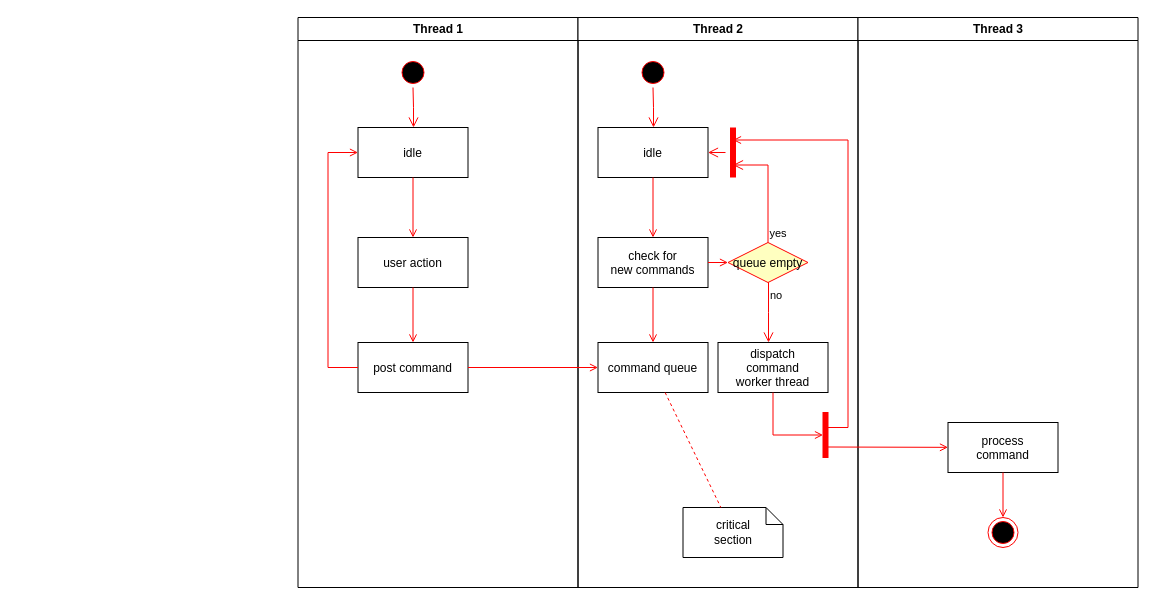
This is UML.drawio from polynabezrukhih/Recommendation-system, a draw.io file, before an edit. Source tidied: cells renumbered, new cells numbered last; positions are measured from the earlier drawing's top-left corner, leaving out a move shared by most shapes. Both pictures are drawn from the tidied source at 100%, with x=0, y=0 at pixel (297, 17).
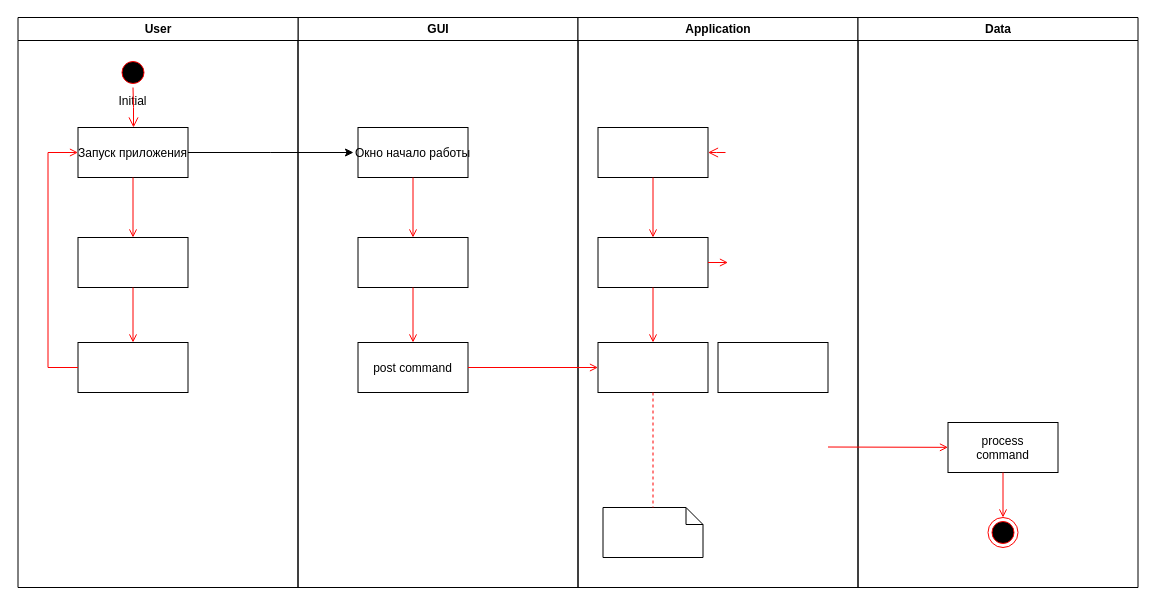
Above is the later version.

Unchanged cells that the change refers to:
```xml
<mxCell id="8" value="post command" parent="2" vertex="1">
  <mxGeometry x="60" y="325" width="110" height="50" as="geometry" />
</mxCell>
```

What changed in the source:
```diff
@@
-    <mxCell id="2" value="Thread 1" style="swimlane;whiteSpace=wrap;" parent="1" vertex="1">
+    <mxCell id="2" value="GUI" style="swimlane;whiteSpace=wrap;" parent="1" vertex="1">
       <mxGeometry x="0.5" width="280" height="570" as="geometry" />
     </mxCell>
-    <mxCell id="3" style="ellipse;shape=startState;fillColor=#000000;strokeColor=#ff0000;" parent="2" vertex="1">
-      <mxGeometry x="100" y="40" width="30" height="30" as="geometry" />
-    </mxCell>
-    <mxCell id="4" style="edgeStyle=elbowEdgeStyle;elbow=horizontal;verticalAlign=bottom;endArrow=open;endSize=8;strokeColor=#FF0000;endFill=1;rounded=0;" parent="2" edge="1" source="3" target="5">
-      <mxGeometry x="100" y="40" as="geometry" />
-    </mxCell>
-    <mxCell id="5" value="idle" parent="2" vertex="1">
+    <mxCell id="5" value="Окно начало работы" parent="2" vertex="1">
       <mxGeometry x="60" y="110" width="110" height="50" as="geometry" />
     </mxCell>
-    <mxCell id="6" value="user action" parent="2" vertex="1">
+    <mxCell id="6" parent="2" vertex="1">
       <mxGeometry x="60" y="220" width="110" height="50" as="geometry" />
     </mxCell>
@@
-    <mxCell id="10" style="edgeStyle=elbowEdgeStyle;elbow=horizontal;strokeColor=#FF0000;endArrow=open;endFill=1;rounded=0;" parent="2" edge="1" source="8" target="5">
-      <mxGeometry relative="1" as="geometry">
-        <Array as="points">
-          <mxPoint x="30" y="250" />
-        </Array>
-      </mxGeometry>
-    </mxCell>
-    <mxCell id="11" value="Thread 2" style="swimlane;whiteSpace=wrap;" parent="1" vertex="1">
+    <mxCell id="11" value="Application" style="swimlane;whiteSpace=wrap;" parent="1" vertex="1">
       <mxGeometry x="280.5" width="280" height="570" as="geometry" />
     </mxCell>
-    <mxCell id="12" style="ellipse;shape=startState;fillColor=#000000;strokeColor=#ff0000;" parent="11" vertex="1">
-      <mxGeometry x="60" y="40" width="30" height="30" as="geometry" />
-    </mxCell>
-    <mxCell id="13" style="edgeStyle=elbowEdgeStyle;elbow=horizontal;verticalAlign=bottom;endArrow=open;endSize=8;strokeColor=#FF0000;endFill=1;rounded=0;" parent="11" edge="1" source="12" target="14">
-      <mxGeometry x="40" y="20" as="geometry" />
-    </mxCell>
-    <mxCell id="14" value="idle" parent="11" vertex="1">
+    <mxCell id="14" parent="11" vertex="1">
       <mxGeometry x="20" y="110" width="110" height="50" as="geometry" />
     </mxCell>
-    <mxCell id="15" value="check for &#10;new commands" parent="11" vertex="1">
+    <mxCell id="15" parent="11" vertex="1">
       <mxGeometry x="20" y="220" width="110" height="50" as="geometry" />
     </mxCell>
@@
-    <mxCell id="17" value="command queue" parent="11" vertex="1">
+    <mxCell id="17" parent="11" vertex="1">
       <mxGeometry x="20" y="325" width="110" height="50" as="geometry" />
     </mxCell>
@@
-    <mxCell id="19" value="queue empty" style="rhombus;fillColor=#ffffc0;strokeColor=#ff0000;" parent="11" vertex="1">
-      <mxGeometry x="150" y="225" width="80" height="40" as="geometry" />
-    </mxCell>
-    <mxCell id="20" value="yes" style="edgeStyle=elbowEdgeStyle;elbow=horizontal;align=left;verticalAlign=bottom;endArrow=open;endSize=8;strokeColor=#FF0000;exitX=0.5;exitY=0;endFill=1;rounded=0;entryX=0.75;entryY=0.5;entryPerimeter=0;" parent="11" edge="1" source="19" target="23">
-      <mxGeometry x="-1" relative="1" as="geometry">
-        <Array as="points">
-          <mxPoint x="190" y="180" />
-        </Array>
-      </mxGeometry>
-    </mxCell>
-    <mxCell id="21" value="no" style="edgeStyle=elbowEdgeStyle;elbow=horizontal;align=left;verticalAlign=top;endArrow=open;endSize=8;strokeColor=#FF0000;endFill=1;rounded=0;" parent="11" edge="1" source="19" target="25">
-      <mxGeometry x="-1" relative="1" as="geometry" />
-    </mxCell>
-    <mxCell id="22" style="endArrow=open;strokeColor=#FF0000;endFill=1;rounded=0;" parent="11" edge="1" source="15" target="19">
-      <mxGeometry relative="1" as="geometry" />
+    <mxCell id="22" style="endArrow=open;strokeColor=#FF0000;endFill=1;rounded=0;" parent="11" edge="1" source="15">
+      <mxGeometry relative="1" as="geometry">
+        <mxPoint x="150" y="245" as="targetPoint" />
+      </mxGeometry>
     </mxCell>
-    <mxCell id="23" style="shape=line;strokeWidth=6;strokeColor=#ff0000;rotation=90;" parent="11" vertex="1">
-      <mxGeometry x="130" y="127.5" width="50" height="15" as="geometry" />
-    </mxCell>
-    <mxCell id="24" style="edgeStyle=elbowEdgeStyle;elbow=horizontal;verticalAlign=bottom;endArrow=open;endSize=8;strokeColor=#FF0000;endFill=1;rounded=0;" parent="11" edge="1" source="23" target="14">
-      <mxGeometry x="130" y="90" as="geometry" />
+    <mxCell id="24" style="edgeStyle=elbowEdgeStyle;elbow=horizontal;verticalAlign=bottom;endArrow=open;endSize=8;strokeColor=#FF0000;endFill=1;rounded=0;" parent="11" edge="1" target="14">
+      <mxGeometry x="130" y="90" as="geometry">
+        <mxPoint x="147.5" y="135" as="sourcePoint" />
+      </mxGeometry>
     </mxCell>
-    <mxCell id="25" value="dispatch&#10;command&#10;worker thread" parent="11" vertex="1">
+    <mxCell id="25" parent="11" vertex="1">
       <mxGeometry x="140" y="325" width="110" height="50" as="geometry" />
     </mxCell>
-    <mxCell id="26" value="critical&#10;section" style="shape=note;whiteSpace=wrap;size=17;" parent="11" vertex="1">
-      <mxGeometry x="105" y="490" width="100" height="50" as="geometry" />
+    <mxCell id="26" style="shape=note;whiteSpace=wrap;size=17;" parent="11" vertex="1">
+      <mxGeometry x="25" y="490" width="100" height="50" as="geometry" />
     </mxCell>
@@
-    <mxCell id="28" style="whiteSpace=wrap;strokeColor=#FF0000;fillColor=#FF0000;" parent="11" vertex="1">
-      <mxGeometry x="245" y="395" width="5" height="45" as="geometry" />
-    </mxCell>
-    <mxCell id="29" style="edgeStyle=elbowEdgeStyle;elbow=horizontal;entryX=0;entryY=0.5;strokeColor=#FF0000;endArrow=open;endFill=1;rounded=0;" parent="11" edge="1" source="25" target="28">
-      <mxGeometry relative="1" as="geometry">
-        <Array as="points">
-          <mxPoint x="195" y="400" />
-        </Array>
-      </mxGeometry>
-    </mxCell>
-    <mxCell id="30" value="Thread 3" style="swimlane;whiteSpace=wrap;" parent="1" vertex="1">
+    <mxCell id="30" value="Data" style="swimlane;whiteSpace=wrap;" parent="1" vertex="1">
       <mxGeometry x="560.5" width="280" height="570" as="geometry" />
     </mxCell>
@@
-    <mxCell id="32" style="edgeStyle=elbowEdgeStyle;elbow=horizontal;strokeColor=#FF0000;endArrow=open;endFill=1;rounded=0;entryX=0.25;entryY=0.5;entryPerimeter=0;" parent="30" edge="1" target="23">
-      <mxGeometry relative="1" as="geometry">
-        <mxPoint x="-30" y="410" as="sourcePoint" />
-        <Array as="points">
-          <mxPoint x="-10" y="135" />
-        </Array>
-      </mxGeometry>
-    </mxCell>
@@
+    <mxCell id="37" value="User" style="swimlane;whiteSpace=wrap;" parent="1" vertex="1">
+      <mxGeometry x="-279.5" width="280" height="570" as="geometry" />
+    </mxCell>
+    <mxCell id="38" value="Initial" style="ellipse;shape=startState;fillColor=#000000;strokeColor=#ff0000;labelPosition=center;verticalLabelPosition=bottom;align=center;verticalAlign=top;" parent="37" vertex="1">
+      <mxGeometry x="100" y="40" width="30" height="30" as="geometry" />
+    </mxCell>
+    <mxCell id="39" style="edgeStyle=elbowEdgeStyle;elbow=horizontal;verticalAlign=bottom;endArrow=open;endSize=8;strokeColor=#FF0000;endFill=1;rounded=0;" parent="37" edge="1" source="38" target="41">
+      <mxGeometry x="100" y="40" as="geometry" />
+    </mxCell>
+    <mxCell id="40" style="edgeStyle=orthogonalEdgeStyle;rounded=0;jettySize=auto;html=1;" parent="37" edge="1" source="41">
+      <mxGeometry relative="1" as="geometry">
+        <mxPoint x="335.5" y="135" as="targetPoint" />
+      </mxGeometry>
+    </mxCell>
+    <mxCell id="41" value="Запуск приложения" parent="37" vertex="1">
+      <mxGeometry x="60" y="110" width="110" height="50" as="geometry" />
+    </mxCell>
+    <mxCell id="42" parent="37" vertex="1">
+      <mxGeometry x="60" y="220" width="110" height="50" as="geometry" />
+    </mxCell>
+    <mxCell id="43" style="endArrow=open;strokeColor=#FF0000;endFill=1;rounded=0;" parent="37" edge="1" source="41" target="42">
+      <mxGeometry relative="1" as="geometry" />
+    </mxCell>
+    <mxCell id="44" parent="37" vertex="1">
+      <mxGeometry x="60" y="325" width="110" height="50" as="geometry" />
+    </mxCell>
+    <mxCell id="45" style="endArrow=open;strokeColor=#FF0000;endFill=1;rounded=0;" parent="37" edge="1" source="42" target="44">
+      <mxGeometry relative="1" as="geometry" />
+    </mxCell>
+    <mxCell id="46" style="edgeStyle=elbowEdgeStyle;elbow=horizontal;strokeColor=#FF0000;endArrow=open;endFill=1;rounded=0;" parent="37" edge="1" source="44" target="41">
+      <mxGeometry relative="1" as="geometry">
+        <Array as="points">
+          <mxPoint x="30" y="250" />
+        </Array>
+      </mxGeometry>
+    </mxCell>
```
